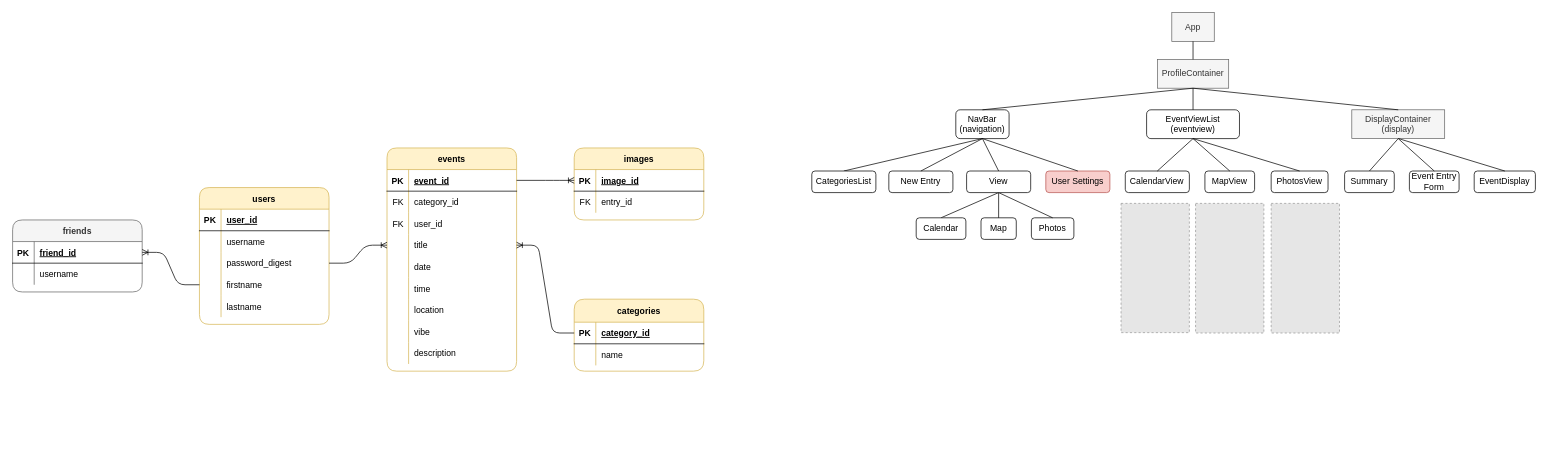
Before: images/storybook.drawio in fentybit/Storybook_frontend, a draw.io diagram. Source tidied: cells renumbered, new cells numbered last; positions are measured from the earlier drawing's top-left corner, leaving out a move shared by most shapes. Both pictures are drawn from the tidied source at 72%, with x=0, y=0 at pixel (12, 12). Pictures stored in the file or linked from it are replaced by grey dashed boxes.
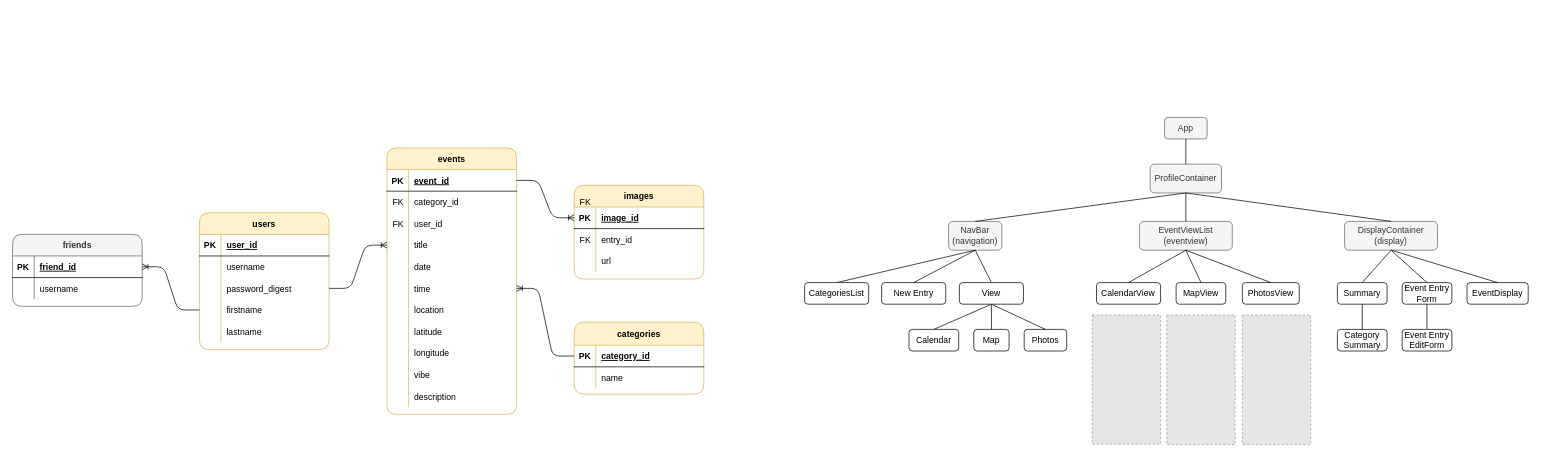
After the change.

Unchanged cells that the change refers to:
```xml
<mxCell id="19" style="shape=partialRectangle;fillColor=none;top=0;left=0;bottom=1;right=0;points=[[0,0.5],[1,0.5]];portConstraint=eastwest;" parent="18" vertex="1">
  <mxGeometry y="32" width="180" height="30" as="geometry" />
</mxCell>
<mxCell id="35" style="shape=partialRectangle;fillColor=none;top=0;left=0;bottom=0;right=0;points=[[0,0.5],[1,0.5]];portConstraint=eastwest;" parent="25" vertex="1">
  <mxGeometry y="120" width="180" height="30" as="geometry" />
</mxCell>
<mxCell id="41" style="shape=partialRectangle;fillColor=none;top=0;left=0;bottom=0;right=0;points=[[0,0.5],[1,0.5]];portConstraint=eastwest;" parent="25" vertex="1">
  <mxGeometry y="180" width="180" height="30" as="geometry" />
</mxCell>
<mxCell id="47" style="shape=partialRectangle;fillColor=none;top=0;left=0;bottom=0;right=0;" parent="25" vertex="1">
  <mxGeometry y="240" width="180" height="30" as="geometry" />
</mxCell>
<mxCell id="50" style="shape=partialRectangle;fillColor=none;top=0;left=0;bottom=0;right=0;" parent="25" vertex="1">
  <mxGeometry y="270" width="180" height="30" as="geometry" />
</mxCell>
```

Diff of the diagram source:
```diff
@@
     <mxCell id="2" value="users" style="shape=table;startSize=30;childLayout=tableLayout;rowLines=0;fontStyle=1;align=center;rounded=1;sketch=0;fillColor=#fff2cc;strokeColor=#d6b656;" parent="1" vertex="1">
-      <mxGeometry x="259.5" y="243" width="180" height="190" as="geometry" />
+      <mxGeometry x="259.5" y="278" width="180" height="190" as="geometry" />
     </mxCell>
@@
     <mxCell id="18" value="categories" style="shape=table;startSize=32;childLayout=tableLayout;rowLines=0;fontStyle=1;align=center;rounded=1;fillColor=#fff2cc;strokeColor=#d6b656;" parent="1" vertex="1">
-      <mxGeometry x="780" y="398" width="180" height="100" as="geometry" />
+      <mxGeometry x="780" y="430" width="180" height="100" as="geometry" />
     </mxCell>
@@
     <mxCell id="25" value="events" style="shape=table;startSize=30;childLayout=tableLayout;rowLines=0;fontStyle=1;align=center;rounded=1;fillColor=#fff2cc;strokeColor=#d6b656;" parent="1" vertex="1">
-      <mxGeometry x="520" y="188" width="180" height="310" as="geometry" />
+      <mxGeometry x="520" y="188" width="180" height="370" as="geometry" />
     </mxCell>
@@
-    <mxCell id="49" value="vibe" style="shape=partialRectangle;fillColor=none;top=0;left=0;bottom=0;right=0;align=left;spacingLeft=6;overflow=hidden;" parent="47" vertex="1">
+    <mxCell id="49" value="latitude" style="shape=partialRectangle;fillColor=none;top=0;left=0;bottom=0;right=0;align=left;spacingLeft=6;overflow=hidden;" parent="47" vertex="1">
       <mxGeometry x="30" width="150" height="30" as="geometry" />
     </mxCell>
@@
-    <mxCell id="52" value="description" style="shape=partialRectangle;fillColor=none;top=0;left=0;bottom=0;right=0;align=left;spacingLeft=6;overflow=hidden;" parent="50" vertex="1">
+    <mxCell id="52" value="longitude" style="shape=partialRectangle;fillColor=none;top=0;left=0;bottom=0;right=0;align=left;spacingLeft=6;overflow=hidden;" parent="50" vertex="1">
       <mxGeometry x="30" width="150" height="30" as="geometry" />
     </mxCell>
+    <mxCell id="112" style="shape=partialRectangle;fillColor=none;top=0;left=0;bottom=0;right=0;" parent="25" vertex="1">
+      <mxGeometry y="300" width="180" height="30" as="geometry" />
+    </mxCell>
+    <mxCell id="113" style="shape=partialRectangle;fillColor=none;top=0;left=0;bottom=0;right=0;overflow=hidden;" parent="112" vertex="1">
+      <mxGeometry width="30" height="30" as="geometry" />
+    </mxCell>
+    <mxCell id="114" value="vibe" style="shape=partialRectangle;fillColor=none;top=0;left=0;bottom=0;right=0;align=left;spacingLeft=6;overflow=hidden;" parent="112" vertex="1">
+      <mxGeometry x="30" width="150" height="30" as="geometry" />
+    </mxCell>
+    <mxCell id="115" style="shape=partialRectangle;fillColor=none;top=0;left=0;bottom=0;right=0;" parent="25" vertex="1">
+      <mxGeometry y="330" width="180" height="30" as="geometry" />
+    </mxCell>
+    <mxCell id="116" style="shape=partialRectangle;fillColor=none;top=0;left=0;bottom=0;right=0;overflow=hidden;" parent="115" vertex="1">
+      <mxGeometry width="30" height="30" as="geometry" />
+    </mxCell>
+    <mxCell id="117" value="description" style="shape=partialRectangle;fillColor=none;top=0;left=0;bottom=0;right=0;align=left;spacingLeft=6;overflow=hidden;" parent="115" vertex="1">
+      <mxGeometry x="30" width="150" height="30" as="geometry" />
+    </mxCell>
@@
     <mxCell id="55" value="images" style="shape=table;startSize=30;childLayout=tableLayout;rowLines=0;fontStyle=1;align=center;rounded=1;fillColor=#fff2cc;strokeColor=#d6b656;" parent="1" vertex="1">
-      <mxGeometry x="780" y="188" width="180" height="100" as="geometry" />
+      <mxGeometry x="780" y="240" width="180" height="130" as="geometry" />
     </mxCell>
@@
+    <mxCell id="118" style="shape=partialRectangle;fillColor=none;top=0;left=0;bottom=0;right=0;" parent="55" vertex="1">
+      <mxGeometry y="90" width="180" height="30" as="geometry" />
+    </mxCell>
+    <mxCell id="119" style="shape=partialRectangle;fillColor=none;top=0;left=0;bottom=0;right=0;overflow=hidden;" parent="118" vertex="1">
+      <mxGeometry width="30" height="30" as="geometry" />
+    </mxCell>
+    <mxCell id="120" value="url" style="shape=partialRectangle;fillColor=none;top=0;left=0;bottom=0;right=0;align=left;spacingLeft=6;overflow=hidden;" parent="118" vertex="1">
+      <mxGeometry x="30" width="150" height="30" as="geometry" />
+    </mxCell>
@@
     <mxCell id="65" value="friends" style="shape=table;startSize=30;childLayout=tableLayout;rowLines=0;fontStyle=1;align=center;rounded=1;fillColor=#f5f5f5;strokeColor=#666666;fontColor=#333333;" parent="1" vertex="1">
-      <mxGeometry y="288" width="180" height="100" as="geometry" />
+      <mxGeometry y="308" width="180" height="100" as="geometry" />
     </mxCell>
@@
-    <mxCell id="73" style="edgeStyle=entityRelationEdgeStyle;fontSize=12;html=1;endArrow=ERoneToMany;exitX=0;exitY=0.5;exitDx=0;exitDy=0;entryX=1;entryY=0.5;entryDx=0;entryDy=0;" parent="1" edge="1" source="19" target="35">
+    <mxCell id="73" style="edgeStyle=entityRelationEdgeStyle;fontSize=12;html=1;endArrow=ERoneToMany;exitX=0;exitY=0.5;exitDx=0;exitDy=0;" parent="1" edge="1" source="19" target="41">
       <mxGeometry relative="1" as="geometry" />
     </mxCell>
-    <mxCell id="74" value="ProfileContainer" style="whiteSpace=wrap;html=1;align=center;fillColor=#f5f5f5;strokeColor=#666666;fontColor=#333333;" parent="1" vertex="1">
-      <mxGeometry x="1590" y="65" width="99" height="40" as="geometry" />
+    <mxCell id="74" value="ProfileContainer" style="whiteSpace=wrap;html=1;align=center;fillColor=#f5f5f5;strokeColor=#666666;fontColor=#333333;rounded=1;" parent="1" vertex="1">
+      <mxGeometry x="1580" y="210.5" width="99" height="40" as="geometry" />
     </mxCell>
-    <mxCell id="75" value="NavBar&lt;br&gt;(navigation)" style="whiteSpace=wrap;html=1;align=center;rounded=1;" parent="1" vertex="1">
-      <mxGeometry x="1310" y="135" width="74" height="40" as="geometry" />
+    <mxCell id="75" value="NavBar&lt;br&gt;(navigation)" style="whiteSpace=wrap;html=1;align=center;rounded=1;fillColor=#f5f5f5;strokeColor=#666666;fontColor=#333333;" parent="1" vertex="1">
+      <mxGeometry x="1300" y="290" width="74" height="40" as="geometry" />
     </mxCell>
-    <mxCell id="76" value="EventViewList&lt;br&gt;(eventview)" style="whiteSpace=wrap;html=1;align=center;rounded=1;" parent="1" vertex="1">
-      <mxGeometry x="1575" y="135" width="129" height="40" as="geometry" />
+    <mxCell id="76" value="EventViewList&lt;br&gt;(eventview)" style="whiteSpace=wrap;html=1;align=center;rounded=1;fillColor=#f5f5f5;strokeColor=#666666;fontColor=#333333;" parent="1" vertex="1">
+      <mxGeometry x="1565" y="290" width="129" height="40" as="geometry" />
     </mxCell>
-    <mxCell id="77" value="DisplayContainer&lt;br&gt;(display)" style="whiteSpace=wrap;html=1;align=center;rounded=0;fillColor=#f5f5f5;strokeColor=#666666;fontColor=#333333;" parent="1" vertex="1">
-      <mxGeometry x="1860" y="135" width="129" height="40" as="geometry" />
+    <mxCell id="77" value="DisplayContainer&lt;br&gt;(display)" style="whiteSpace=wrap;html=1;align=center;rounded=1;fillColor=#f5f5f5;strokeColor=#666666;fontColor=#333333;" parent="1" vertex="1">
+      <mxGeometry x="1850" y="290" width="129" height="40" as="geometry" />
     </mxCell>
@@
     <mxCell id="81" value="New Entry" style="rounded=1;whiteSpace=wrap;html=1;" parent="1" vertex="1">
-      <mxGeometry x="1217" y="220" width="89" height="30" as="geometry" />
+      <mxGeometry x="1207" y="375" width="89" height="30" as="geometry" />
     </mxCell>
@@
     <mxCell id="85" value="CategoriesList" style="rounded=1;whiteSpace=wrap;html=1;" parent="1" vertex="1">
-      <mxGeometry x="1110" y="220" width="89" height="30" as="geometry" />
+      <mxGeometry x="1100" y="375" width="89" height="30" as="geometry" />
     </mxCell>
@@
     <mxCell id="87" value="Calendar" style="rounded=1;whiteSpace=wrap;html=1;" parent="1" vertex="1">
-      <mxGeometry x="1255" y="285" width="69" height="30" as="geometry" />
+      <mxGeometry x="1245" y="440" width="69" height="30" as="geometry" />
     </mxCell>
     <mxCell id="88" value="Map" style="rounded=1;whiteSpace=wrap;html=1;" parent="1" vertex="1">
-      <mxGeometry x="1345" y="285" width="49" height="30" as="geometry" />
+      <mxGeometry x="1335" y="440" width="49" height="30" as="geometry" />
     </mxCell>
     <mxCell id="89" value="Photos" style="rounded=1;whiteSpace=wrap;html=1;" parent="1" vertex="1">
-      <mxGeometry x="1415" y="285" width="59" height="30" as="geometry" />
+      <mxGeometry x="1405" y="440" width="59" height="30" as="geometry" />
     </mxCell>
@@
     <mxCell id="92" value="Event Entry Form" style="rounded=1;whiteSpace=wrap;html=1;" parent="1" vertex="1">
-      <mxGeometry x="1940" y="220" width="69" height="30" as="geometry" />
+      <mxGeometry x="1930" y="375" width="69" height="30" as="geometry" />
     </mxCell>
     <mxCell id="93" value="Summary" style="rounded=1;whiteSpace=wrap;html=1;" parent="1" vertex="1">
-      <mxGeometry x="1850" y="220" width="69" height="30" as="geometry" />
+      <mxGeometry x="1840" y="375" width="69" height="30" as="geometry" />
     </mxCell>
-    <mxCell id="94" value="User Settings" style="rounded=1;whiteSpace=wrap;html=1;fillColor=#f8cecc;strokeColor=#b85450;" parent="1" vertex="1">
-      <mxGeometry x="1435" y="220" width="89" height="30" as="geometry" />
-    </mxCell>
-    <mxCell id="95" style="endArrow=none;html=1;rounded=0;exitX=0.5;exitY=0;exitDx=0;exitDy=0;entryX=0.5;entryY=1;entryDx=0;entryDy=0;" parent="1" edge="1" source="94" target="75">
-      <mxGeometry relative="1" as="geometry" />
-    </mxCell>
     <mxCell id="96" value="EventDisplay" style="rounded=1;whiteSpace=wrap;html=1;" parent="1" vertex="1">
-      <mxGeometry x="2030" y="220" width="85" height="30" as="geometry" />
+      <mxGeometry x="2020" y="375" width="85" height="30" as="geometry" />
     </mxCell>
@@
     <mxCell id="99" style="endArrow=none;html=1;rounded=0;exitX=0.5;exitY=0;exitDx=0;exitDy=0;" parent="1" edge="1" source="96">
       <mxGeometry relative="1" as="geometry">
-        <mxPoint x="1925" y="175" as="targetPoint" />
+        <mxPoint x="1915" y="330" as="targetPoint" />
       </mxGeometry>
     </mxCell>
     <mxCell id="100" value="CalendarView" style="rounded=1;whiteSpace=wrap;html=1;" parent="1" vertex="1">
-      <mxGeometry x="1545.4" y="220" width="89" height="30" as="geometry" />
+      <mxGeometry x="1505.4" y="375" width="89" height="30" as="geometry" />
     </mxCell>
     <mxCell id="101" value="MapView" style="rounded=1;whiteSpace=wrap;html=1;" parent="1" vertex="1">
-      <mxGeometry x="1656" y="220" width="69" height="30" as="geometry" />
+      <mxGeometry x="1616" y="375" width="69" height="30" as="geometry" />
     </mxCell>
     <mxCell id="102" value="PhotosView" style="rounded=1;whiteSpace=wrap;html=1;" parent="1" vertex="1">
-      <mxGeometry x="1748" y="220" width="79" height="30" as="geometry" />
+      <mxGeometry x="1708" y="375" width="79" height="30" as="geometry" />
     </mxCell>
@@
     <mxCell id="106" style="fillColor=#E6E6E6;strokeColor=#999999;dashed=1;verticalLabelPosition=bottom;labelBackgroundColor=#ffffff;verticalAlign=top;" parent="1" vertex="1">
-      <mxGeometry x="1539.5" y="265" width="94.9" height="179.5" as="geometry" />
+      <mxGeometry x="1499.5" y="420" width="94.9" height="179.5" as="geometry" />
     </mxCell>
     <mxCell id="107" style="fillColor=#E6E6E6;strokeColor=#999999;dashed=1;verticalLabelPosition=bottom;labelBackgroundColor=#ffffff;verticalAlign=top;" parent="1" vertex="1">
-      <mxGeometry x="1643" y="265" width="94.9" height="180" as="geometry" />
+      <mxGeometry x="1603" y="420" width="94.9" height="180" as="geometry" />
     </mxCell>
     <mxCell id="108" style="fillColor=#E6E6E6;strokeColor=#999999;dashed=1;verticalLabelPosition=bottom;labelBackgroundColor=#ffffff;verticalAlign=top;" parent="1" vertex="1">
-      <mxGeometry x="1748" y="265" width="94.9" height="180" as="geometry" />
+      <mxGeometry x="1708" y="420" width="94.9" height="180" as="geometry" />
     </mxCell>
-    <mxCell id="109" value="App" style="whiteSpace=wrap;html=1;align=center;fillColor=#f5f5f5;strokeColor=#666666;fontColor=#333333;" parent="1" vertex="1">
-      <mxGeometry x="1610" width="59" height="40" as="geometry" />
+    <mxCell id="109" value="App" style="whiteSpace=wrap;html=1;align=center;fillColor=#f5f5f5;strokeColor=#666666;fontColor=#333333;rounded=1;" parent="1" vertex="1">
+      <mxGeometry x="1600" y="145.5" width="59" height="30" as="geometry" />
     </mxCell>
@@
     <mxCell id="111" value="View" style="rounded=1;whiteSpace=wrap;html=1;" parent="1" vertex="1">
-      <mxGeometry x="1325" y="220" width="89" height="30" as="geometry" />
+      <mxGeometry x="1315" y="375" width="89" height="30" as="geometry" />
     </mxCell>
+    <mxCell id="121" value="FK" style="shape=partialRectangle;fillColor=none;top=0;left=0;bottom=0;right=0;align=left;spacingLeft=6;overflow=hidden;" parent="1" vertex="1">
+      <mxGeometry x="780" y="300" width="30" height="30" as="geometry" />
+    </mxCell>
+    <mxCell id="122" value="Category&lt;br&gt;Summary" style="rounded=1;whiteSpace=wrap;html=1;" parent="1" vertex="1">
+      <mxGeometry x="1840" y="440" width="69" height="30" as="geometry" />
+    </mxCell>
+    <mxCell id="123" value="Event Entry EditForm" style="rounded=1;whiteSpace=wrap;html=1;" parent="1" vertex="1">
+      <mxGeometry x="1930" y="440" width="69" height="30" as="geometry" />
+    </mxCell>
+    <mxCell id="124" style="endArrow=none;html=1;rounded=0;entryX=0.5;entryY=1;entryDx=0;entryDy=0;exitX=0.5;exitY=0;exitDx=0;exitDy=0;" parent="1" edge="1" source="122" target="93">
+      <mxGeometry relative="1" as="geometry" />
+    </mxCell>
+    <mxCell id="125" style="endArrow=none;html=1;rounded=0;entryX=0.5;entryY=1;entryDx=0;entryDy=0;exitX=0.5;exitY=0;exitDx=0;exitDy=0;" parent="1" edge="1">
+      <mxGeometry relative="1" as="geometry">
+        <mxPoint x="1964.3" y="439.5" as="sourcePoint" />
+        <mxPoint x="1964.3" y="404.5" as="targetPoint" />
+      </mxGeometry>
+    </mxCell>
```
